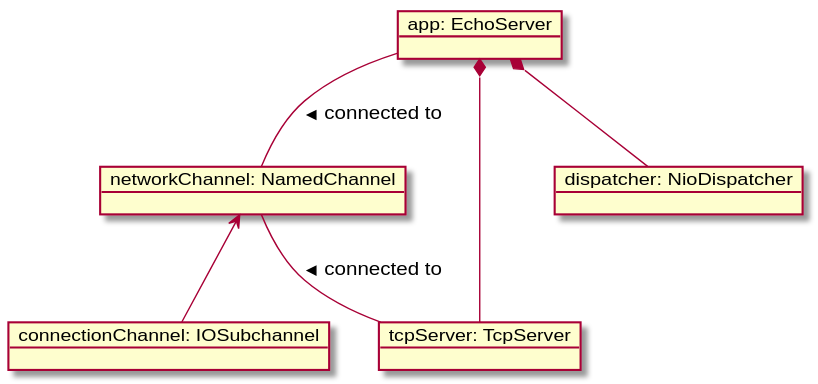
Above: EchoServer.svg in mnlipp/jgrapes (PlantUML), before the change.
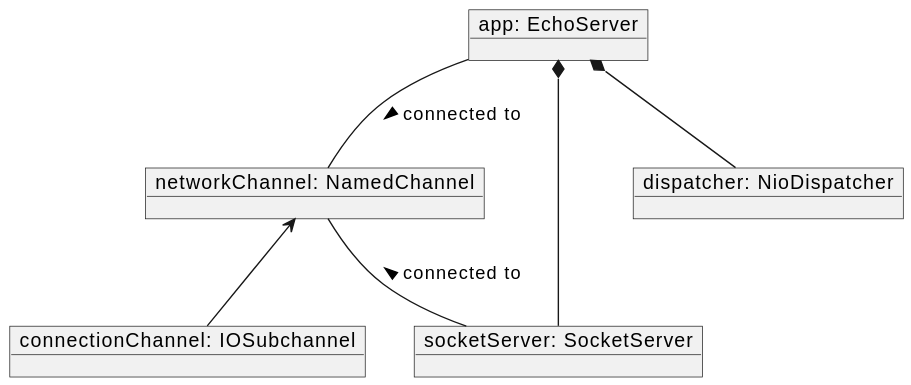
After the commit.

The edit, as a diff of the source:
```diff
@@ -3,13 +3,13 @@
 object "app: EchoServer" as app
 object "networkChannel: NamedChannel" as channel
 object "connectionChannel: IOSubchannel" as subchannel
-object "tcpServer: TcpServer" as tcpServer
+object "socketServer: SocketServer" as socketServer
 object "dispatcher: NioDispatcher" as dispatcher
 
 app *-- dispatcher
-app *-- tcpServer
+app *-- socketServer
 app -- channel: connected to >
-tcpServer -up- channel: connected to >
+socketServer -up- channel: connected to >
 subchannel -up-> channel
 
 @enduml
```
